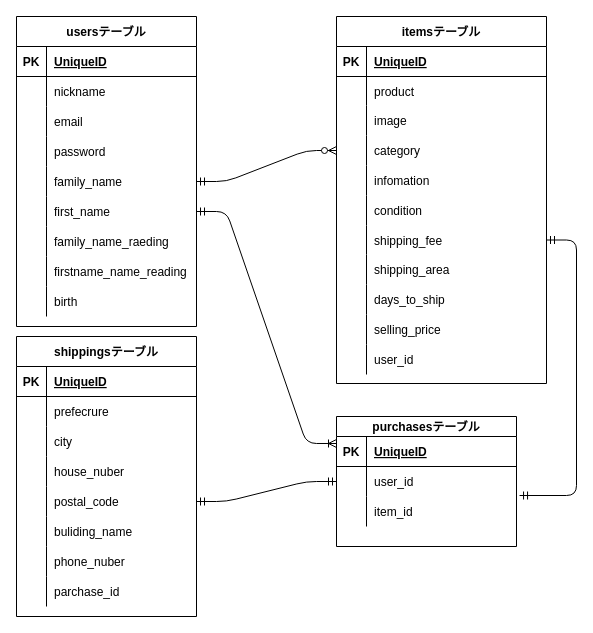
Before: ER.dio in AkihiroYamaguchi4/furima-35254, a draw.io diagram. Source tidied: cells renumbered, new cells numbered last; positions are measured from the earlier drawing's top-left corner, leaving out a move shared by most shapes. Both pictures are drawn from the tidied source at 100%, with x=0, y=0 at pixel (16, 16).
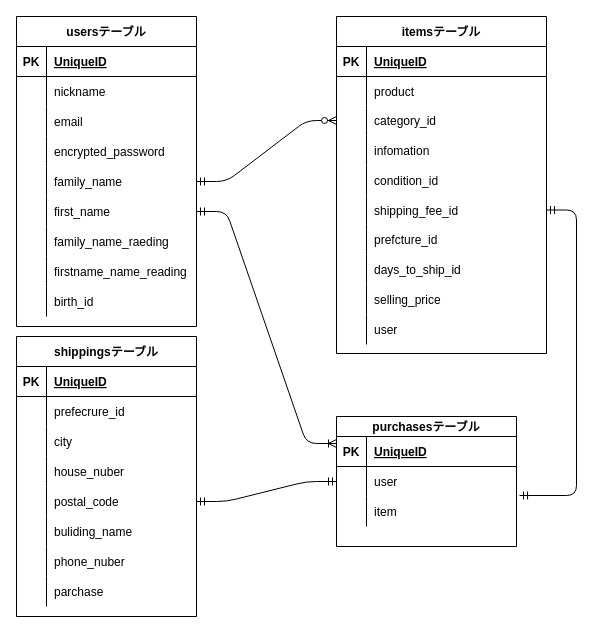
After the change.

Unchanged cells that the change refers to:
```xml
<mxCell id="12" style="shape=partialRectangle;fillColor=none;top=0;left=0;bottom=0;right=0;" parent="2" vertex="1">
  <mxGeometry y="120" width="180" height="30" as="geometry" />
</mxCell>
<mxCell id="27" style="shape=partialRectangle;fillColor=none;top=0;left=0;bottom=0;right=0;" parent="2" vertex="1">
  <mxGeometry y="270" width="180" height="30" as="geometry" />
</mxCell>
<mxCell id="68" style="shape=partialRectangle;fillColor=none;top=0;left=0;bottom=0;right=0;" parent="64" vertex="1">
  <mxGeometry y="60" width="180" height="30" as="geometry" />
</mxCell>
<mxCell id="86" style="shape=partialRectangle;fillColor=none;top=0;left=0;bottom=0;right=0;" parent="64" vertex="1">
  <mxGeometry y="240" width="180" height="30" as="geometry" />
</mxCell>
<mxCell id="93" style="shape=partialRectangle;fillColor=none;top=0;left=0;bottom=0;right=0;points=[[0,0.5],[1,0.5]];portConstraint=eastwest;" parent="89" vertex="1">
  <mxGeometry y="50" width="180" height="30" as="geometry" />
</mxCell>
<mxCell id="96" style="shape=partialRectangle;fillColor=none;top=0;left=0;bottom=0;right=0;" parent="89" vertex="1">
  <mxGeometry y="80" width="180" height="30" as="geometry" />
</mxCell>
```

Diff of the diagram source:
```diff
@@
-    <mxCell id="14" value="password" style="shape=partialRectangle;fillColor=none;top=0;left=0;bottom=0;right=0;align=left;spacingLeft=6;overflow=hidden;" parent="12" vertex="1">
+    <mxCell id="14" value="encrypted_password" style="shape=partialRectangle;fillColor=none;top=0;left=0;bottom=0;right=0;align=left;spacingLeft=6;overflow=hidden;" parent="12" vertex="1">
       <mxGeometry x="30" width="150" height="30" as="geometry" />
     </mxCell>
@@
-    <mxCell id="29" value="birth" style="shape=partialRectangle;fillColor=none;top=0;left=0;bottom=0;right=0;align=left;spacingLeft=6;overflow=hidden;" parent="27" vertex="1">
+    <mxCell id="29" value="birth_id" style="shape=partialRectangle;fillColor=none;top=0;left=0;bottom=0;right=0;align=left;spacingLeft=6;overflow=hidden;" parent="27" vertex="1">
       <mxGeometry x="30" width="150" height="30" as="geometry" />
     </mxCell>
     <mxCell id="30" value="itemsテーブル" style="shape=table;startSize=30;childLayout=tableLayout;rowLines=0;fontStyle=1;align=center;shadow=0;sketch=0;" parent="1" vertex="1">
-      <mxGeometry x="320" width="210" height="367" as="geometry" />
+      <mxGeometry x="320" width="210" height="337" as="geometry" />
     </mxCell>
@@
-    <mxCell id="37" style="shape=partialRectangle;fillColor=none;top=0;left=0;bottom=0;right=0;" parent="30" vertex="1">
-      <mxGeometry y="89" width="210" height="30" as="geometry" />
-    </mxCell>
-    <mxCell id="38" style="shape=partialRectangle;fillColor=none;top=0;left=0;bottom=0;right=0;overflow=hidden;" parent="37" vertex="1">
-      <mxGeometry width="30" height="30" as="geometry" />
-    </mxCell>
-    <mxCell id="39" value="image" style="shape=partialRectangle;fillColor=none;top=0;left=0;bottom=0;right=0;align=left;spacingLeft=6;overflow=hidden;" parent="37" vertex="1">
-      <mxGeometry x="30" width="180" height="30" as="geometry" />
-    </mxCell>
     <mxCell id="40" style="shape=partialRectangle;fillColor=none;top=0;left=0;bottom=0;right=0;points=[[0,0.5],[1,0.5]];portConstraint=eastwest;" parent="30" vertex="1">
-      <mxGeometry y="119" width="210" height="30" as="geometry" />
+      <mxGeometry y="89" width="210" height="30" as="geometry" />
     </mxCell>
@@
-    <mxCell id="42" value="category" style="shape=partialRectangle;fillColor=none;top=0;left=0;bottom=0;right=0;align=left;spacingLeft=6;overflow=hidden;" parent="40" vertex="1">
+    <mxCell id="42" value="category_id" style="shape=partialRectangle;fillColor=none;top=0;left=0;bottom=0;right=0;align=left;spacingLeft=6;overflow=hidden;" parent="40" vertex="1">
       <mxGeometry x="30" width="180" height="30" as="geometry" />
     </mxCell>
     <mxCell id="43" style="shape=partialRectangle;fillColor=none;top=0;left=0;bottom=0;right=0;" parent="30" vertex="1">
-      <mxGeometry y="149" width="210" height="30" as="geometry" />
+      <mxGeometry y="119" width="210" height="30" as="geometry" />
     </mxCell>
@@
     <mxCell id="46" style="shape=partialRectangle;fillColor=none;top=0;left=0;bottom=0;right=0;" parent="30" vertex="1">
-      <mxGeometry y="179" width="210" height="30" as="geometry" />
+      <mxGeometry y="149" width="210" height="30" as="geometry" />
     </mxCell>
@@
-    <mxCell id="48" value="condition" style="shape=partialRectangle;fillColor=none;top=0;left=0;bottom=0;right=0;align=left;spacingLeft=6;overflow=hidden;" parent="46" vertex="1">
+    <mxCell id="48" value="condition_id" style="shape=partialRectangle;fillColor=none;top=0;left=0;bottom=0;right=0;align=left;spacingLeft=6;overflow=hidden;" parent="46" vertex="1">
       <mxGeometry x="30" width="180" height="30" as="geometry" />
     </mxCell>
     <mxCell id="49" style="shape=partialRectangle;fillColor=none;top=0;left=0;bottom=0;right=0;points=[[0,0.5],[1,0.5]];portConstraint=eastwest;" parent="30" vertex="1">
-      <mxGeometry y="209" width="210" height="29" as="geometry" />
+      <mxGeometry y="179" width="210" height="29" as="geometry" />
     </mxCell>
@@
-    <mxCell id="51" value="shipping_fee" style="shape=partialRectangle;fillColor=none;top=0;left=0;bottom=0;right=0;align=left;spacingLeft=6;overflow=hidden;" parent="49" vertex="1">
+    <mxCell id="51" value="shipping_fee_id" style="shape=partialRectangle;fillColor=none;top=0;left=0;bottom=0;right=0;align=left;spacingLeft=6;overflow=hidden;" parent="49" vertex="1">
       <mxGeometry x="30" width="180" height="29" as="geometry" />
     </mxCell>
     <mxCell id="52" style="shape=partialRectangle;fillColor=none;top=0;left=0;bottom=0;right=0;" parent="30" vertex="1">
-      <mxGeometry y="238" width="210" height="30" as="geometry" />
+      <mxGeometry y="208" width="210" height="30" as="geometry" />
     </mxCell>
@@
-    <mxCell id="54" value="shipping_area" style="shape=partialRectangle;fillColor=none;top=0;left=0;bottom=0;right=0;align=left;spacingLeft=6;overflow=hidden;" parent="52" vertex="1">
+    <mxCell id="54" value="prefcture_id" style="shape=partialRectangle;fillColor=none;top=0;left=0;bottom=0;right=0;align=left;spacingLeft=6;overflow=hidden;" parent="52" vertex="1">
       <mxGeometry x="30" width="180" height="30" as="geometry" />
     </mxCell>
     <mxCell id="55" style="shape=partialRectangle;fillColor=none;top=0;left=0;bottom=0;right=0;" parent="30" vertex="1">
-      <mxGeometry y="268" width="210" height="30" as="geometry" />
+      <mxGeometry y="238" width="210" height="30" as="geometry" />
     </mxCell>
@@
-    <mxCell id="57" value="days_to_ship" style="shape=partialRectangle;fillColor=none;top=0;left=0;bottom=0;right=0;align=left;spacingLeft=6;overflow=hidden;" parent="55" vertex="1">
+    <mxCell id="57" value="days_to_ship_id" style="shape=partialRectangle;fillColor=none;top=0;left=0;bottom=0;right=0;align=left;spacingLeft=6;overflow=hidden;" parent="55" vertex="1">
       <mxGeometry x="30" width="180" height="30" as="geometry" />
     </mxCell>
     <mxCell id="58" style="shape=partialRectangle;fillColor=none;top=0;left=0;bottom=0;right=0;" parent="30" vertex="1">
-      <mxGeometry y="298" width="210" height="30" as="geometry" />
+      <mxGeometry y="268" width="210" height="30" as="geometry" />
     </mxCell>
@@
     <mxCell id="61" style="shape=partialRectangle;fillColor=none;top=0;left=0;bottom=0;right=0;" parent="30" vertex="1">
-      <mxGeometry y="328" width="210" height="30" as="geometry" />
+      <mxGeometry y="298" width="210" height="30" as="geometry" />
     </mxCell>
@@
-    <mxCell id="63" value="user_id" style="shape=partialRectangle;fillColor=none;top=0;left=0;bottom=0;right=0;align=left;spacingLeft=6;overflow=hidden;" parent="61" vertex="1">
+    <mxCell id="63" value="user" style="shape=partialRectangle;fillColor=none;top=0;left=0;bottom=0;right=0;align=left;spacingLeft=6;overflow=hidden;" parent="61" vertex="1">
       <mxGeometry x="30" width="180" height="30" as="geometry" />
     </mxCell>
@@
-    <mxCell id="70" value="prefecrure" style="shape=partialRectangle;fillColor=none;top=0;left=0;bottom=0;right=0;align=left;spacingLeft=6;overflow=hidden;" parent="68" vertex="1">
+    <mxCell id="70" value="prefecrure_id" style="shape=partialRectangle;fillColor=none;top=0;left=0;bottom=0;right=0;align=left;spacingLeft=6;overflow=hidden;" parent="68" vertex="1">
       <mxGeometry x="30" width="150" height="30" as="geometry" />
     </mxCell>
@@
-    <mxCell id="88" value="parchase_id" style="shape=partialRectangle;fillColor=none;top=0;left=0;bottom=0;right=0;align=left;spacingLeft=6;overflow=hidden;" parent="86" vertex="1">
+    <mxCell id="88" value="parchase" style="shape=partialRectangle;fillColor=none;top=0;left=0;bottom=0;right=0;align=left;spacingLeft=6;overflow=hidden;" parent="86" vertex="1">
       <mxGeometry x="30" width="150" height="30" as="geometry" />
     </mxCell>
@@
-    <mxCell id="95" value="user_id" style="shape=partialRectangle;fillColor=none;top=0;left=0;bottom=0;right=0;align=left;spacingLeft=6;overflow=hidden;" parent="93" vertex="1">
+    <mxCell id="95" value="user" style="shape=partialRectangle;fillColor=none;top=0;left=0;bottom=0;right=0;align=left;spacingLeft=6;overflow=hidden;" parent="93" vertex="1">
       <mxGeometry x="30" width="150" height="30" as="geometry" />
     </mxCell>
@@
-    <mxCell id="98" value="item_id" style="shape=partialRectangle;fillColor=none;top=0;left=0;bottom=0;right=0;align=left;spacingLeft=6;overflow=hidden;" parent="96" vertex="1">
+    <mxCell id="98" value="item" style="shape=partialRectangle;fillColor=none;top=0;left=0;bottom=0;right=0;align=left;spacingLeft=6;overflow=hidden;" parent="96" vertex="1">
       <mxGeometry x="30" width="150" height="30" as="geometry" />
     </mxCell>
```
